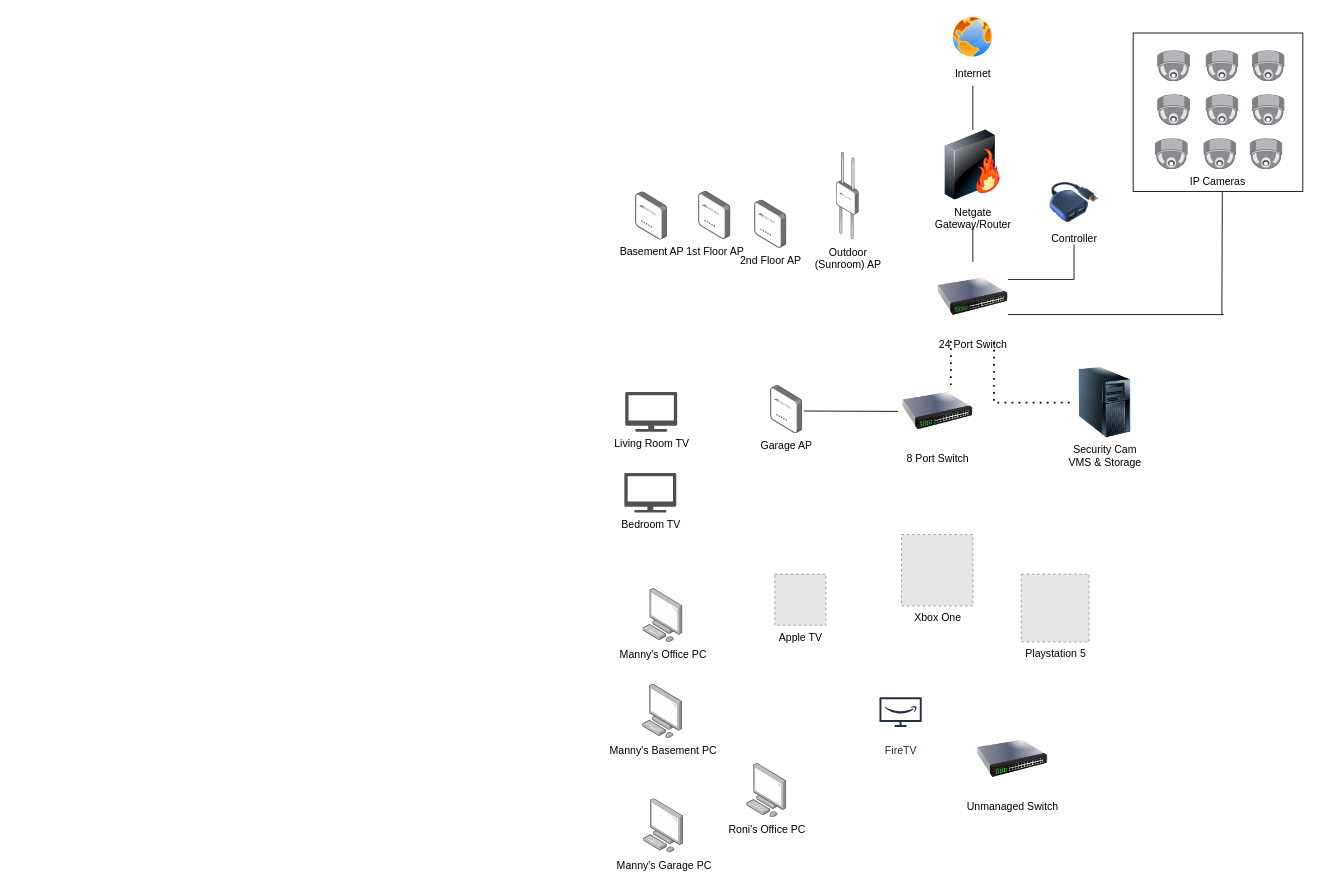
mannyvnj/Draw.io keeps this draw.io diagram as page "Page-2" (2 of 2) of Untitled Diagram.drawio. Above is the earlier version. Source tidied: cells renumbered, new cells numbered last; positions are measured from the earlier drawing's top-left corner, leaving out a move shared by most shapes. Both pictures are drawn from the tidied source at 88%, with x=0, y=0 at pixel (624, 15). Pictures stored in the file or linked from it are replaced by grey dashed boxes.
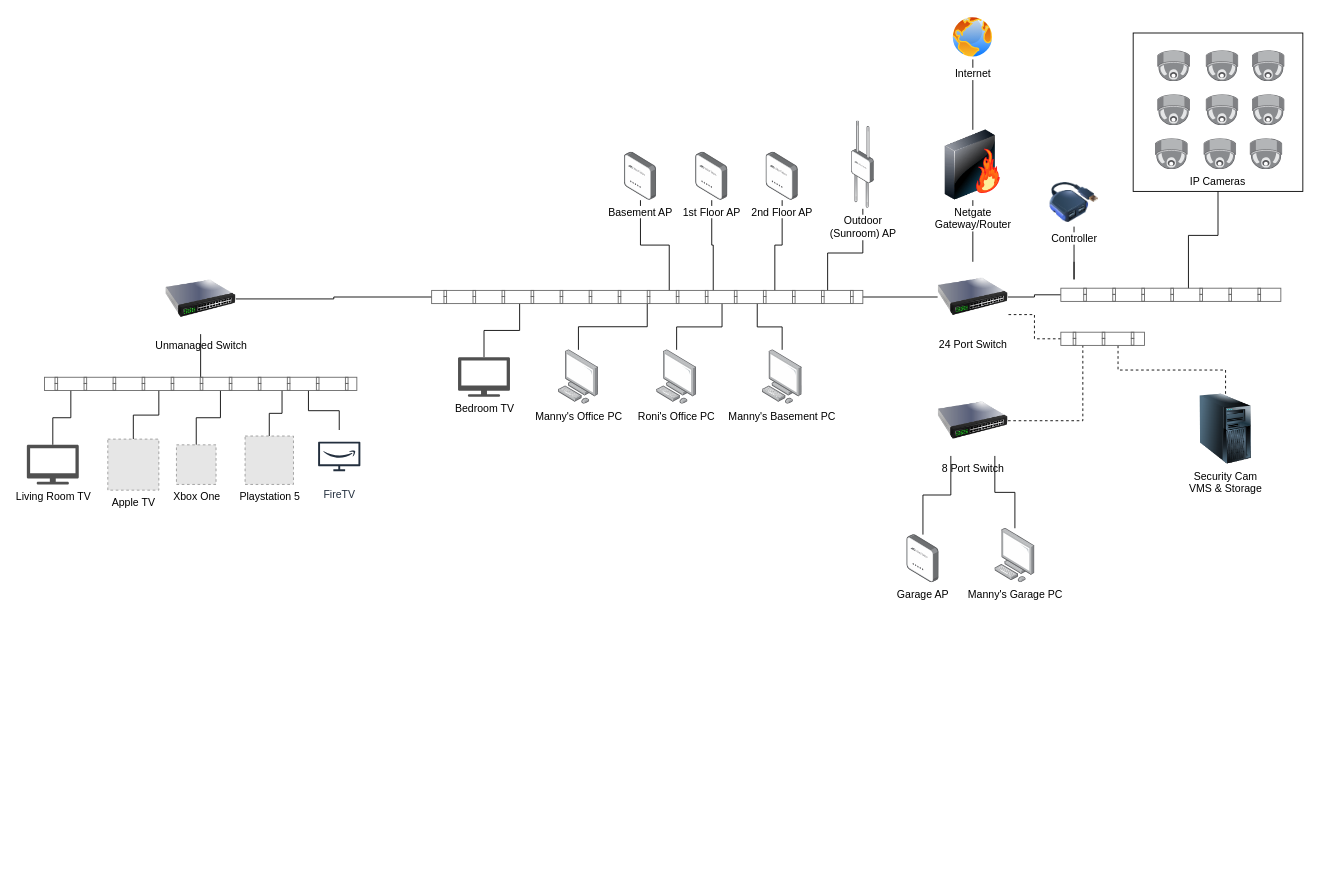
Above is the later version.

The change refers to these unchanged cells:
```xml
<mxCell id="2" value="Internet" style="perimeter=ellipsePerimeter;html=1;align=center;shadow=0;dashed=0;spacingTop=3;image;image=img/lib/active_directory/internet_globe.svg;" parent="1" vertex="1">
  <mxGeometry x="371" width="50" height="50" as="geometry" />
</mxCell>
<mxCell id="3" value="&lt;div&gt;Netgate &lt;br&gt;&lt;/div&gt;&lt;div&gt;Gateway/Router&lt;/div&gt;" style="image;html=1;image=img/lib/clip_art/networking/Firewall-page1_128x128.png;" parent="1" vertex="1">
  <mxGeometry x="356" y="130" width="80" height="80" as="geometry" />
</mxCell>
<mxCell id="5" value="24 Port Switch" style="image;html=1;image=img/lib/clip_art/networking/Switch_128x128.png;" parent="1" vertex="1">
  <mxGeometry x="356" y="280" width="80" height="80" as="geometry" />
</mxCell>
<mxCell id="19" value="&lt;div&gt;&lt;br&gt;&lt;/div&gt;&lt;div&gt;&lt;br&gt;&lt;/div&gt;&lt;div&gt;&lt;br&gt;&lt;/div&gt;&lt;div&gt;&lt;br&gt;&lt;/div&gt;&lt;div&gt;&lt;br&gt;&lt;/div&gt;&lt;div&gt;&lt;br&gt;&lt;/div&gt;&lt;div&gt;&lt;br&gt;&lt;/div&gt;&lt;div&gt;&lt;br&gt;&lt;/div&gt;&lt;div&gt;&lt;br&gt;&lt;/div&gt;&lt;div&gt;&lt;br&gt;&lt;/div&gt;&lt;div&gt;&lt;br&gt;&lt;/div&gt;&lt;div&gt;IP Cameras&lt;br&gt;&lt;/div&gt;" style="rounded=0;whiteSpace=wrap;html=1;fillColor=none;" parent="1" vertex="1">
  <mxGeometry x="578.2" y="20" width="192.8" height="180" as="geometry" />
</mxCell>
<mxCell id="30" value="Controller" style="image;html=1;image=img/lib/clip_art/computers/USB_Hub_128x128.png;fillColor=none;" parent="1" vertex="1">
  <mxGeometry x="483.5" y="185" width="55" height="55" as="geometry" />
</mxCell>
```

Change to the diagram source:
```diff
@@
+    <mxCell id="44" style="edgeStyle=none;rounded=0;jettySize=auto;html=1;endArrow=none;endFill=0;" parent="1" edge="1" source="2" target="3">
+      <mxGeometry relative="1" as="geometry" />
+    </mxCell>
@@
+    <mxCell id="45" style="edgeStyle=none;rounded=0;jettySize=auto;html=1;endArrow=none;endFill=0;" parent="1" edge="1" source="3" target="5">
+      <mxGeometry relative="1" as="geometry" />
+    </mxCell>
@@
+    <mxCell id="46" style="edgeStyle=orthogonalEdgeStyle;rounded=0;jettySize=auto;html=1;dashed=1;endArrow=none;endFill=0;" parent="1" edge="1" source="7" target="73">
+      <mxGeometry relative="1" as="geometry">
+        <Array as="points">
+          <mxPoint x="683" y="403" />
+          <mxPoint x="561" y="403" />
+        </Array>
+      </mxGeometry>
+    </mxCell>
     <mxCell id="7" value="&lt;div&gt;Security Cam&lt;/div&gt;&lt;div&gt;VMS &amp;amp; Storage&lt;br&gt;&lt;/div&gt;" style="image;html=1;image=img/lib/clip_art/computers/Server_Tower_128x128.png;" parent="1" vertex="1">
-      <mxGeometry x="506" y="400" width="80" height="80" as="geometry" />
+      <mxGeometry x="643.2" y="430" width="80" height="80" as="geometry" />
     </mxCell>
-    <mxCell id="8" style="endArrow=none;html=1;rounded=0;exitX=0.5;exitY=0;exitDx=0;exitDy=0;entryX=0.5;entryY=1;entryDx=0;entryDy=0;" parent="1" edge="1" source="5">
-      <mxGeometry relative="1" as="geometry">
-        <mxPoint x="396" y="240" as="targetPoint" />
-      </mxGeometry>
-    </mxCell>
-    <mxCell id="9" style="endArrow=none;html=1;rounded=0;entryX=0.5;entryY=1;entryDx=0;entryDy=0;exitX=0.5;exitY=0;exitDx=0;exitDy=0;" parent="1" edge="1" source="3">
-      <mxGeometry relative="1" as="geometry">
-        <mxPoint x="396" y="80" as="targetPoint" />
-      </mxGeometry>
-    </mxCell>
@@
+    <mxCell id="47" style="edgeStyle=orthogonalEdgeStyle;rounded=0;jettySize=auto;html=1;endArrow=none;endFill=0;" parent="1" edge="1" source="19" target="69">
+      <mxGeometry relative="1" as="geometry">
+        <Array as="points">
+          <mxPoint x="675" y="250" />
+          <mxPoint x="641" y="250" />
+        </Array>
+      </mxGeometry>
+    </mxCell>
@@
-    <mxCell id="20" style="endArrow=none;html=1;rounded=0;" parent="1" edge="1">
-      <mxGeometry relative="1" as="geometry">
-        <mxPoint x="679" y="340" as="sourcePoint" />
-        <mxPoint x="679.5" y="200" as="targetPoint" />
-      </mxGeometry>
-    </mxCell>
-    <mxCell id="21" style="endArrow=none;html=1;rounded=0;exitX=1;exitY=0.75;exitDx=0;exitDy=0;" parent="1" edge="1" source="5">
-      <mxGeometry relative="1" as="geometry">
-        <mxPoint x="681" y="340" as="targetPoint" />
-      </mxGeometry>
-    </mxCell>
+    <mxCell id="48" style="edgeStyle=orthogonalEdgeStyle;rounded=0;jettySize=auto;html=1;endArrow=none;endFill=0;" parent="1" edge="1" source="22" target="67">
+      <mxGeometry relative="1" as="geometry">
+        <Array as="points">
+          <mxPoint x="18" y="261" />
+          <mxPoint x="51" y="261" />
+        </Array>
+      </mxGeometry>
+    </mxCell>
     <mxCell id="22" value="Basement AP" style="points=[];html=1;align=center;shadow=0;dashed=0;image;image=img/lib/allied_telesis/wireless/Access_Point_Indoor.svg;fillColor=none;" parent="1" vertex="1">
-      <mxGeometry x="12.7" y="200.6" width="36.6" height="54.6" as="geometry" />
+      <mxGeometry y="155.4" width="36.6" height="54.6" as="geometry" />
     </mxCell>
+    <mxCell id="49" style="edgeStyle=orthogonalEdgeStyle;rounded=0;jettySize=auto;html=1;endArrow=none;endFill=0;" parent="1" edge="1" source="23" target="67">
+      <mxGeometry relative="1" as="geometry">
+        <Array as="points">
+          <mxPoint x="99" y="261" />
+          <mxPoint x="101" y="261" />
+        </Array>
+      </mxGeometry>
+    </mxCell>
     <mxCell id="23" value="1st Floor AP" style="points=[];html=1;align=center;shadow=0;dashed=0;image;image=img/lib/allied_telesis/wireless/Access_Point_Indoor.svg;fillColor=none;" parent="1" vertex="1">
-      <mxGeometry x="84.4" y="200" width="36.6" height="54.6" as="geometry" />
+      <mxGeometry x="81" y="155.4" width="36.6" height="54.6" as="geometry" />
     </mxCell>
+    <mxCell id="50" style="edgeStyle=orthogonalEdgeStyle;rounded=0;jettySize=auto;html=1;endArrow=none;endFill=0;" parent="1" edge="1" source="24" target="67">
+      <mxGeometry relative="1" as="geometry">
+        <Array as="points">
+          <mxPoint x="179" y="261" />
+          <mxPoint x="171" y="261" />
+        </Array>
+      </mxGeometry>
+    </mxCell>
     <mxCell id="24" value="2nd Floor AP" style="points=[];html=1;align=center;shadow=0;dashed=0;image;image=img/lib/allied_telesis/wireless/Access_Point_Indoor.svg;fillColor=none;" parent="1" vertex="1">
-      <mxGeometry x="148" y="210" width="36.6" height="54.6" as="geometry" />
+      <mxGeometry x="161" y="155.4" width="36.6" height="54.6" as="geometry" />
     </mxCell>
+    <mxCell id="51" style="edgeStyle=orthogonalEdgeStyle;rounded=0;jettySize=auto;html=1;endArrow=none;endFill=0;" parent="1" edge="1" source="25" target="67">
+      <mxGeometry relative="1" as="geometry">
+        <Array as="points">
+          <mxPoint x="271" y="270" />
+          <mxPoint x="231" y="270" />
+        </Array>
+      </mxGeometry>
+    </mxCell>
     <mxCell id="25" value="&lt;div&gt;Outdoor &lt;br&gt;&lt;/div&gt;&lt;div&gt;(Sunroom) AP&lt;/div&gt;" style="points=[];html=1;align=center;shadow=0;dashed=0;image;image=img/lib/allied_telesis/wireless/Access_Point_Outdoor.svg;fillColor=none;" parent="1" vertex="1">
-      <mxGeometry x="241" y="156" width="25.8" height="99.6" as="geometry" />
+      <mxGeometry x="258.1" y="120.2" width="25.8" height="99.6" as="geometry" />
     </mxCell>
-    <mxCell id="26" style="endArrow=none;dashed=1;html=1;dashPattern=1 3;strokeWidth=2;curved=1;" parent="1" edge="1">
-      <mxGeometry relative="1" as="geometry">
-        <mxPoint x="371" y="420" as="sourcePoint" />
-        <mxPoint x="371" y="370" as="targetPoint" />
-      </mxGeometry>
-    </mxCell>
-    <mxCell id="27" style="endArrow=none;dashed=1;html=1;dashPattern=1 3;strokeWidth=2;exitX=0;exitY=0.5;exitDx=0;exitDy=0;rounded=0;" parent="1" edge="1" source="7">
-      <mxGeometry relative="1" as="geometry">
-        <mxPoint x="420.2" y="370" as="targetPoint" />
-        <Array as="points">
-          <mxPoint x="420" y="440" />
-        </Array>
-      </mxGeometry>
-    </mxCell>
+    <mxCell id="52" style="edgeStyle=orthogonalEdgeStyle;rounded=0;jettySize=auto;html=1;dashed=1;endArrow=none;endFill=0;" parent="1" edge="1" source="28" target="73">
+      <mxGeometry relative="1" as="geometry">
+        <Array as="points">
+          <mxPoint x="521" y="461" />
+        </Array>
+      </mxGeometry>
+    </mxCell>
     <mxCell id="28" value="8 Port Switch" style="image;html=1;image=img/lib/clip_art/networking/Switch_128x128.png;" parent="1" vertex="1">
-      <mxGeometry x="316" y="410" width="80" height="80" as="geometry" />
+      <mxGeometry x="356" y="420.6" width="80" height="80" as="geometry" />
     </mxCell>
-    <mxCell id="29" style="endArrow=none;html=1;rounded=0;exitX=1;exitY=0.25;exitDx=0;exitDy=0;" parent="1" edge="1" source="5">
-      <mxGeometry relative="1" as="geometry">
-        <mxPoint x="511" y="260" as="targetPoint" />
-        <Array as="points">
-          <mxPoint x="511" y="300" />
-        </Array>
-      </mxGeometry>
-    </mxCell>
+    <mxCell id="53" style="edgeStyle=orthogonalEdgeStyle;rounded=0;jettySize=auto;html=1;endArrow=none;endFill=0;" parent="1" edge="1" source="30">
+      <mxGeometry relative="1" as="geometry">
+        <mxPoint x="511" y="280" as="targetPoint" />
+        <Array as="points">
+          <mxPoint x="511" y="300" />
+          <mxPoint x="511" y="300" />
+        </Array>
+      </mxGeometry>
+    </mxCell>
@@
+    <mxCell id="54" style="edgeStyle=orthogonalEdgeStyle;rounded=0;jettySize=auto;html=1;endArrow=none;endFill=0;" parent="1" edge="1" source="31" target="28">
+      <mxGeometry relative="1" as="geometry">
+        <Array as="points">
+          <mxPoint x="339" y="545" />
+          <mxPoint x="371" y="545" />
+        </Array>
+      </mxGeometry>
+    </mxCell>
     <mxCell id="31" value="Garage AP" style="points=[];html=1;align=center;shadow=0;dashed=0;image;image=img/lib/allied_telesis/wireless/Access_Point_Indoor.svg;fillColor=none;" parent="1" vertex="1">
-      <mxGeometry x="166.1" y="420.6" width="36.6" height="54.6" as="geometry" />
+      <mxGeometry x="321" y="590" width="36.6" height="54.6" as="geometry" />
     </mxCell>
-    <mxCell id="32" style="endArrow=none;html=1;rounded=0;exitX=1.041;exitY=0.531;exitDx=0;exitDy=0;exitPerimeter=0;" parent="1" edge="1" source="31">
-      <mxGeometry relative="1" as="geometry">
-        <mxPoint x="311" y="450" as="targetPoint" />
-      </mxGeometry>
-    </mxCell>
+    <mxCell id="55" style="edgeStyle=orthogonalEdgeStyle;rounded=0;jettySize=auto;html=1;endArrow=none;endFill=0;" parent="1" edge="1" source="33" target="71">
+      <mxGeometry relative="1" as="geometry">
+        <Array as="points">
+          <mxPoint x="-650" y="457.2" />
+          <mxPoint x="-629" y="457.2" />
+        </Array>
+      </mxGeometry>
+    </mxCell>
     <mxCell id="33" value="Living Room TV" style="sketch=0;shadow=0;dashed=0;html=1;strokeColor=none;fillColor=#505050;labelPosition=center;verticalLabelPosition=bottom;verticalAlign=top;outlineConnect=0;align=center;shape=mxgraph.office.devices.tv;" parent="1" vertex="1">
-      <mxGeometry x="1" y="428" width="59" height="45" as="geometry" />
+      <mxGeometry x="-679" y="488" width="59" height="45" as="geometry" />
     </mxCell>
+    <mxCell id="56" style="edgeStyle=orthogonalEdgeStyle;rounded=0;jettySize=auto;html=1;endArrow=none;endFill=0;" parent="1" edge="1" source="34" target="67">
+      <mxGeometry relative="1" as="geometry">
+        <Array as="points">
+          <mxPoint x="-159" y="358" />
+          <mxPoint x="-119" y="358" />
+        </Array>
+      </mxGeometry>
+    </mxCell>
     <mxCell id="34" value="Bedroom TV" style="sketch=0;shadow=0;dashed=0;html=1;strokeColor=none;fillColor=#505050;labelPosition=center;verticalLabelPosition=bottom;verticalAlign=top;outlineConnect=0;align=center;shape=mxgraph.office.devices.tv;" parent="1" vertex="1">
-      <mxGeometry y="520" width="59" height="45" as="geometry" />
+      <mxGeometry x="-189" y="388.4" width="59" height="45" as="geometry" />
     </mxCell>
+    <mxCell id="57" style="edgeStyle=orthogonalEdgeStyle;rounded=0;jettySize=auto;html=1;endArrow=none;endFill=0;" parent="1" edge="1" source="35" target="71">
+      <mxGeometry relative="1" as="geometry">
+        <Array as="points">
+          <mxPoint x="-558" y="454.2" />
+          <mxPoint x="-529" y="454.2" />
+        </Array>
+      </mxGeometry>
+    </mxCell>
     <mxCell id="35" value="Apple TV" style="fillColor=#E6E6E6;strokeColor=#999999;dashed=1;html=1;verticalAlign=top;verticalLabelPosition=bottom;labelBackgroundColor=#ffffff;" parent="1" vertex="1">
-      <mxGeometry x="171" y="635" width="58" height="58" as="geometry" />
+      <mxGeometry x="-587" y="481.5" width="58" height="58" as="geometry" />
     </mxCell>
+    <mxCell id="58" style="edgeStyle=orthogonalEdgeStyle;rounded=0;jettySize=auto;html=1;endArrow=none;endFill=0;" parent="1" edge="1" source="36" target="71">
+      <mxGeometry relative="1" as="geometry">
+        <Array as="points">
+          <mxPoint x="-403" y="452.2" />
+          <mxPoint x="-389" y="452.2" />
+        </Array>
+      </mxGeometry>
+    </mxCell>
     <mxCell id="36" value="Playstation 5" style="fillColor=#E6E6E6;strokeColor=#999999;dashed=1;html=1;verticalAlign=top;verticalLabelPosition=bottom;labelBackgroundColor=#ffffff;" parent="1" vertex="1">
-      <mxGeometry x="451" y="635" width="77" height="77" as="geometry" />
+      <mxGeometry x="-431" y="478" width="55" height="55" as="geometry" />
     </mxCell>
+    <mxCell id="59" style="edgeStyle=orthogonalEdgeStyle;rounded=0;jettySize=auto;html=1;endArrow=none;endFill=0;" parent="1" edge="1" source="37" target="67">
+      <mxGeometry relative="1" as="geometry" />
+    </mxCell>
     <mxCell id="37" value="Manny's Office PC" style="points=[];html=1;align=center;shadow=0;dashed=0;image;image=img/lib/allied_telesis/computer_and_terminals/Personal_Computer.svg;fillColor=none;" parent="1" vertex="1">
-      <mxGeometry x="21" y="651" width="45.6" height="61.8" as="geometry" />
+      <mxGeometry x="-75" y="380" width="45.6" height="61.8" as="geometry" />
     </mxCell>
+    <mxCell id="60" style="edgeStyle=orthogonalEdgeStyle;rounded=0;jettySize=auto;html=1;endArrow=none;endFill=0;" parent="1" edge="1" source="38" target="67">
+      <mxGeometry relative="1" as="geometry">
+        <Array as="points">
+          <mxPoint x="179" y="354" />
+          <mxPoint x="151" y="354" />
+        </Array>
+      </mxGeometry>
+    </mxCell>
     <mxCell id="38" value="Manny's Basement PC" style="points=[];html=1;align=center;shadow=0;dashed=0;image;image=img/lib/allied_telesis/computer_and_terminals/Personal_Computer.svg;fillColor=none;" parent="1" vertex="1">
-      <mxGeometry x="20.7" y="760" width="45.6" height="61.8" as="geometry" />
+      <mxGeometry x="156.5" y="380" width="45.6" height="61.8" as="geometry" />
     </mxCell>
+    <mxCell id="61" style="edgeStyle=orthogonalEdgeStyle;rounded=0;jettySize=auto;html=1;endArrow=none;endFill=0;" parent="1" edge="1" source="39" target="28">
+      <mxGeometry relative="1" as="geometry">
+        <Array as="points">
+          <mxPoint x="444" y="542" />
+          <mxPoint x="421" y="542" />
+        </Array>
+      </mxGeometry>
+    </mxCell>
     <mxCell id="39" value="Manny's Garage PC" style="points=[];html=1;align=center;shadow=0;dashed=0;image;image=img/lib/allied_telesis/computer_and_terminals/Personal_Computer.svg;fillColor=none;" parent="1" vertex="1">
-      <mxGeometry x="21.8" y="890" width="45.6" height="61.8" as="geometry" />
+      <mxGeometry x="421" y="582.8" width="45.6" height="61.8" as="geometry" />
     </mxCell>
+    <mxCell id="62" style="edgeStyle=orthogonalEdgeStyle;rounded=0;jettySize=auto;html=1;endArrow=none;endFill=0;" parent="1" edge="1" source="40" target="67">
+      <mxGeometry relative="1" as="geometry">
+        <Array as="points">
+          <mxPoint x="59" y="354" />
+          <mxPoint x="111" y="354" />
+        </Array>
+      </mxGeometry>
+    </mxCell>
     <mxCell id="40" value="Roni's Office PC" style="points=[];html=1;align=center;shadow=0;dashed=0;image;image=img/lib/allied_telesis/computer_and_terminals/Personal_Computer.svg;fillColor=none;" parent="1" vertex="1">
-      <mxGeometry x="139" y="850" width="45.6" height="61.8" as="geometry" />
+      <mxGeometry x="36.6" y="380" width="45.6" height="61.8" as="geometry" />
     </mxCell>
+    <mxCell id="63" style="edgeStyle=orthogonalEdgeStyle;rounded=0;jettySize=auto;html=1;endArrow=none;endFill=0;" parent="1" edge="1" source="41" target="67">
+      <mxGeometry relative="1" as="geometry" />
+    </mxCell>
     <mxCell id="41" value="&lt;div&gt;Unmanaged Switch&lt;/div&gt;" style="image;html=1;image=img/lib/clip_art/networking/Switch_128x128.png;fillColor=none;" parent="1" vertex="1">
-      <mxGeometry x="401" y="805" width="80" height="80" as="geometry" />
+      <mxGeometry x="-521.5" y="282.2" width="80" height="80" as="geometry" />
     </mxCell>
+    <mxCell id="64" style="edgeStyle=orthogonalEdgeStyle;rounded=0;jettySize=auto;html=1;endArrow=none;endFill=0;" parent="1" edge="1" source="42" target="71">
+      <mxGeometry relative="1" as="geometry">
+        <Array as="points">
+          <mxPoint x="-486" y="457.2" />
+          <mxPoint x="-459" y="457.2" />
+        </Array>
+      </mxGeometry>
+    </mxCell>
     <mxCell id="42" value="Xbox One" style="fillColor=#E6E6E6;strokeColor=#999999;dashed=1;html=1;verticalAlign=top;verticalLabelPosition=bottom;labelBackgroundColor=#ffffff;" parent="1" vertex="1">
-      <mxGeometry x="315" y="590" width="81" height="81" as="geometry" />
+      <mxGeometry x="-509" y="488" width="45" height="45" as="geometry" />
     </mxCell>
+    <mxCell id="65" style="edgeStyle=orthogonalEdgeStyle;rounded=0;jettySize=auto;html=1;endArrow=none;endFill=0;" parent="1" edge="1" source="43" target="71">
+      <mxGeometry relative="1" as="geometry">
+        <Array as="points">
+          <mxPoint x="-324" y="449.2" />
+          <mxPoint x="-359" y="449.2" />
+        </Array>
+      </mxGeometry>
+    </mxCell>
     <mxCell id="43" value="FireTV" style="sketch=0;outlineConnect=0;fontColor=#232F3E;gradientColor=none;strokeColor=#232F3E;fillColor=#ffffff;dashed=0;verticalLabelPosition=bottom;verticalAlign=top;align=center;html=1;fontSize=12;fontStyle=0;shape=mxgraph.aws4.resourceIcon;resIcon=mxgraph.aws4.firetv;" parent="1" vertex="1">
-      <mxGeometry x="283.9" y="761.8" width="60" height="60" as="geometry" />
+      <mxGeometry x="-354" y="471.2" width="60" height="60" as="geometry" />
     </mxCell>
+    <mxCell id="66" style="edgeStyle=orthogonalEdgeStyle;rounded=0;jettySize=auto;html=1;entryX=0;entryY=0.5;entryDx=0;entryDy=0;endArrow=none;endFill=0;" parent="1" edge="1" source="67" target="5">
+      <mxGeometry relative="1" as="geometry" />
+    </mxCell>
+    <mxCell id="67" style="strokeColor=#666666;html=1;labelPosition=right;align=left;spacingLeft=15;shadow=0;dashed=0;outlineConnect=0;shape=mxgraph.rackGeneral.horCableDuct;fillColor=none;" parent="1" vertex="1">
+      <mxGeometry x="-219" y="312.5" width="490" height="15" as="geometry" />
+    </mxCell>
+    <mxCell id="68" style="edgeStyle=orthogonalEdgeStyle;rounded=0;jettySize=auto;html=1;endArrow=none;endFill=0;" parent="1" edge="1" source="69" target="5">
+      <mxGeometry relative="1" as="geometry" />
+    </mxCell>
+    <mxCell id="69" style="strokeColor=#666666;html=1;labelPosition=right;align=left;spacingLeft=15;shadow=0;dashed=0;outlineConnect=0;shape=mxgraph.rackGeneral.horCableDuct;fillColor=none;" parent="1" vertex="1">
+      <mxGeometry x="496" y="310" width="250" height="15" as="geometry" />
+    </mxCell>
+    <mxCell id="70" style="edgeStyle=orthogonalEdgeStyle;rounded=0;jettySize=auto;html=1;endArrow=none;endFill=0;" parent="1" edge="1" source="71" target="41">
+      <mxGeometry relative="1" as="geometry" />
+    </mxCell>
+    <mxCell id="71" style="strokeColor=#666666;html=1;labelPosition=right;align=left;spacingLeft=15;shadow=0;dashed=0;outlineConnect=0;shape=mxgraph.rackGeneral.horCableDuct;fillColor=none;" parent="1" vertex="1">
+      <mxGeometry x="-659" y="411.2" width="355" height="15" as="geometry" />
+    </mxCell>
+    <mxCell id="72" style="edgeStyle=orthogonalEdgeStyle;rounded=0;jettySize=auto;html=1;endArrow=none;endFill=0;dashed=1;" parent="1" edge="1" source="73" target="5">
+      <mxGeometry relative="1" as="geometry">
+        <Array as="points">
+          <mxPoint x="466" y="367" />
+          <mxPoint x="466" y="340" />
+        </Array>
+      </mxGeometry>
+    </mxCell>
+    <mxCell id="73" style="strokeColor=#666666;html=1;labelPosition=right;align=left;spacingLeft=15;shadow=0;dashed=0;outlineConnect=0;shape=mxgraph.rackGeneral.horCableDuct;fillColor=none;" parent="1" vertex="1">
+      <mxGeometry x="496" y="360" width="95" height="15" as="geometry" />
+    </mxCell>
```
